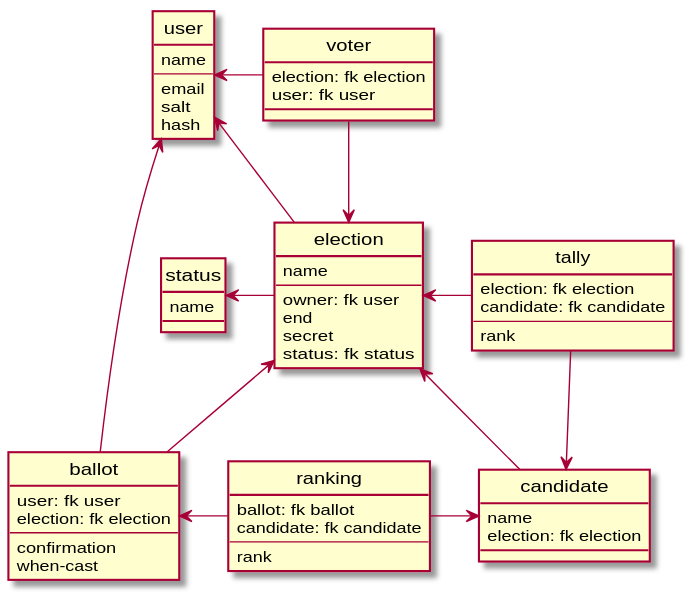
SeanShubin/condorcet5 keeps this PlantUML diagram as documentation/entity-relationship-diagram.svg. Above is the earlier version.
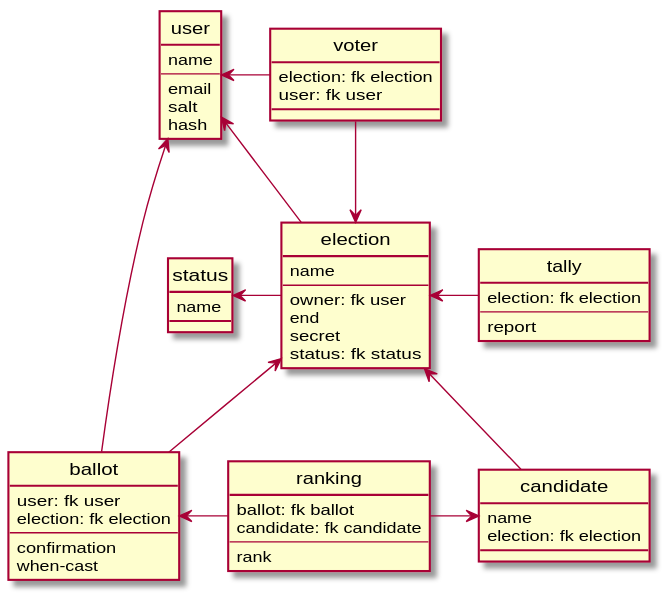
After the commit.

What changed in the source:
```diff
@@ -49,9 +49,8 @@
 
 entity tally {
     election: fk election
-    candidate: fk candidate
     --
-    rank
+    report
 }
 
 election  -left->  user
@@ -64,5 +63,4 @@
 ranking   -left->  ballot
 ranking   -right-> candidate
 tally     -left->  election
-tally     -down->  candidate
 @enduml
```
